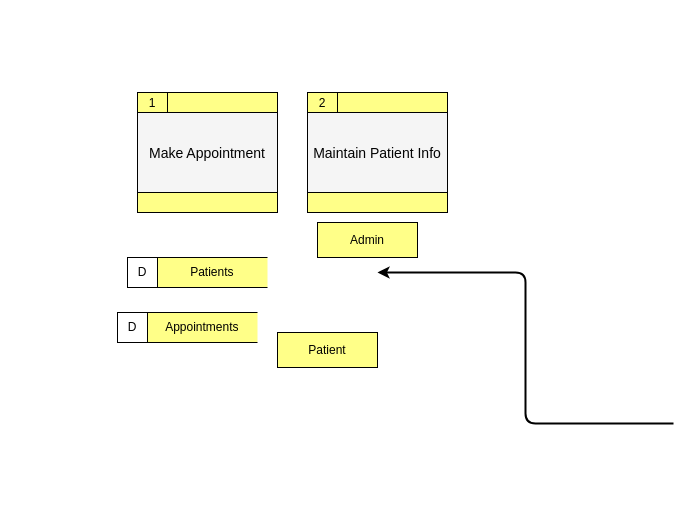
Santos0727/Appointment keeps this draw.io diagram as Untitled Diagram.drawio. Above is the earlier version. Source tidied: cells renumbered, new cells numbered last; positions are measured from the earlier drawing's top-left corner, leaving out a move shared by most shapes. Both pictures are drawn from the tidied source at 100%, with x=0, y=0 at pixel (117, 92).
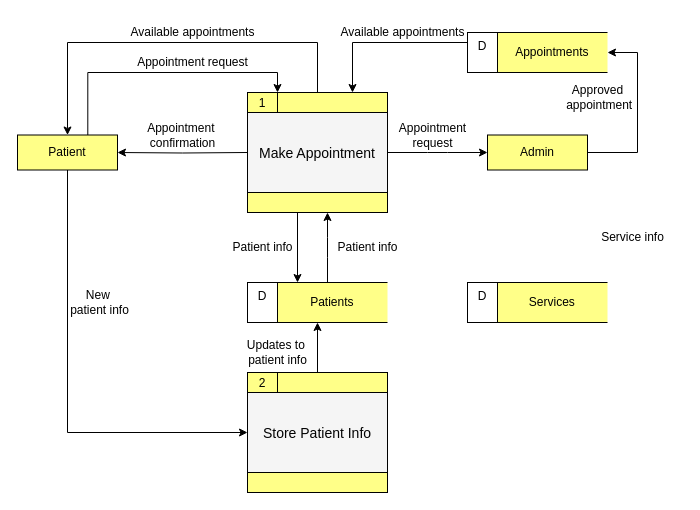
After the change.

The change refers to these unchanged cells:
```xml
<mxCell id="6" style="group;strokeColor=default;" parent="5" vertex="1">
  <mxGeometry width="140" height="120" as="geometry" />
</mxCell>
<mxCell id="9" style="rounded=0;whiteSpace=wrap;html=1;fillColor=#ffff88;strokeColor=#000000;" parent="6" vertex="1">
  <mxGeometry width="140" height="20" as="geometry" />
</mxCell>
<mxCell id="15" style="group;strokeColor=default;" parent="14" vertex="1">
  <mxGeometry width="140" height="120" as="geometry" />
</mxCell>
<mxCell id="18" style="rounded=0;whiteSpace=wrap;html=1;fillColor=#ffff88;strokeColor=#000000;" parent="15" vertex="1">
  <mxGeometry width="140" height="20" as="geometry" />
</mxCell>
```

What changed in the source:
```diff
@@
+    <mxCell id="29" style="edgeStyle=orthogonalEdgeStyle;rounded=0;jettySize=auto;html=1;exitX=1;exitY=0.5;exitDx=0;exitDy=0;entryX=1;entryY=0.5;entryDx=0;entryDy=0;" parent="1" edge="1" source="2" target="27">
+      <mxGeometry relative="1" as="geometry">
+        <Array as="points">
+          <mxPoint x="520" y="60" />
+          <mxPoint x="520" y="-40" />
+        </Array>
+      </mxGeometry>
+    </mxCell>
     <mxCell id="2" value="Admin" style="whiteSpace=wrap;align=center;verticalAlign=middle;fontStyle=0;strokeWidth=1;fillColor=#ffff88;strokeColor=#000000;" parent="1" vertex="1">
-      <mxGeometry x="200" y="130" width="100" height="35" as="geometry" />
+      <mxGeometry x="370" y="42.5" width="100" height="35" as="geometry" />
     </mxCell>
-    <mxCell id="3" style="edgeStyle=elbowEdgeStyle;elbow=horizontal;strokeColor=default;strokeWidth=2;" parent="1" edge="1">
+    <mxCell id="3" style="edgeStyle=elbowEdgeStyle;elbow=horizontal;strokeColor=default;strokeWidth=1;entryX=0;entryY=0.5;entryDx=0;entryDy=0;fontColor=default;labelBackgroundColor=default;" parent="1" edge="1" target="2">
       <mxGeometry relative="1" as="geometry">
-        <mxPoint x="556" y="331" as="sourcePoint" />
-        <mxPoint x="260" y="180" as="targetPoint" />
+        <mxPoint x="270" y="60" as="sourcePoint" />
       </mxGeometry>
     </mxCell>
     <mxCell id="4" style="group;fontSize=14;" parent="1" vertex="1">
-      <mxGeometry x="20" width="140" height="120" as="geometry" />
+      <mxGeometry x="130" y="280" width="140" height="120" as="geometry" />
     </mxCell>
@@
-    <mxCell id="7" value="Make Appointment" style="group;verticalAlign=middle;fillColor=#f5f5f5;fontColor=#030303;strokeColor=#000000;fontSize=14;" parent="6" vertex="1">
+    <mxCell id="7" value="Store Patient Info" style="group;verticalAlign=middle;fillColor=#f5f5f5;fontColor=#030303;strokeColor=#000000;fontSize=14;" parent="6" vertex="1">
       <mxGeometry width="140" height="120" as="geometry" />
     </mxCell>
@@
-    <mxCell id="10" value="1" style="text;spacingTop=-5;align=center;verticalAlign=bottom;fontColor=default;" parent="6" vertex="1">
+    <mxCell id="10" value="2" style="text;spacingTop=-5;align=center;verticalAlign=bottom;fontColor=default;" parent="6" vertex="1">
       <mxGeometry width="30" height="20" as="geometry" />
     </mxCell>
@@
     <mxCell id="13" style="group;" parent="1" vertex="1">
-      <mxGeometry x="190" width="140" height="120" as="geometry" />
+      <mxGeometry x="130" width="140" height="120" as="geometry" />
     </mxCell>
@@
-    <mxCell id="16" value="Maintain Patient Info" style="group;verticalAlign=middle;fillColor=#f5f5f5;fontColor=#030303;strokeColor=#000000;fontSize=14;" parent="15" vertex="1">
+    <mxCell id="16" value="Make Appointment" style="group;verticalAlign=middle;fillColor=#f5f5f5;fontColor=#030303;strokeColor=#000000;fontSize=14;" parent="15" vertex="1">
       <mxGeometry width="140" height="120" as="geometry" />
     </mxCell>
@@
-    <mxCell id="19" value="2" style="text;spacingTop=-5;align=center;verticalAlign=bottom;fontColor=default;" parent="15" vertex="1">
+    <mxCell id="19" value="1" style="text;spacingTop=-5;align=center;verticalAlign=bottom;fontColor=default;" parent="15" vertex="1">
       <mxGeometry width="30" height="20" as="geometry" />
     </mxCell>
@@
+    <mxCell id="30" style="edgeStyle=orthogonalEdgeStyle;rounded=0;jettySize=auto;html=1;entryX=1;entryY=0.5;entryDx=0;entryDy=0;" parent="1" edge="1" target="22">
+      <mxGeometry relative="1" as="geometry">
+        <mxPoint x="130" y="60" as="sourcePoint" />
+      </mxGeometry>
+    </mxCell>
+    <mxCell id="31" style="edgeStyle=orthogonalEdgeStyle;rounded=0;jettySize=auto;html=1;exitX=0.703;exitY=0.027;exitDx=0;exitDy=0;entryX=0.5;entryY=0;entryDx=0;entryDy=0;exitPerimeter=0;" parent="1" edge="1" source="22">
+      <mxGeometry relative="1" as="geometry">
+        <mxPoint x="160" as="targetPoint" />
+        <Array as="points">
+          <mxPoint x="-30" y="-20" />
+          <mxPoint x="160" y="-20" />
+        </Array>
+      </mxGeometry>
+    </mxCell>
+    <mxCell id="32" style="edgeStyle=orthogonalEdgeStyle;rounded=0;jettySize=auto;html=1;exitX=0.5;exitY=1;exitDx=0;exitDy=0;" parent="1" edge="1" source="22">
+      <mxGeometry relative="1" as="geometry">
+        <mxPoint x="130" y="340" as="targetPoint" />
+        <Array as="points">
+          <mxPoint x="-50" y="340" />
+        </Array>
+      </mxGeometry>
+    </mxCell>
     <mxCell id="22" value="Patient" style="whiteSpace=wrap;align=center;verticalAlign=middle;fontStyle=0;strokeWidth=1;fillColor=#ffff88;strokeColor=#000000;" parent="1" vertex="1">
-      <mxGeometry x="160" y="240" width="100" height="35" as="geometry" />
+      <mxGeometry x="-100" y="42.5" width="100" height="35" as="geometry" />
     </mxCell>
     <mxCell id="23" style="group;" parent="1" vertex="1">
-      <mxGeometry x="10" y="165" width="140" height="30" as="geometry" />
+      <mxGeometry x="130" y="190" width="140" height="40" as="geometry" />
     </mxCell>
     <mxCell id="24" value="&lt;span style=&quot;white-space: pre;&quot;&gt;&#9;&lt;/span&gt;Patients" style="html=1;dashed=0;whiteSpace=wrap;shape=mxgraph.dfd.dataStoreID;align=center;spacingLeft=3;points=[[0,0],[0.5,0],[1,0],[0,0.5],[1,0.5],[0,1],[0.5,1],[1,1]];fillColor=#ffff88;strokeColor=#000000;" parent="23" vertex="1">
-      <mxGeometry width="140" height="30" as="geometry" />
+      <mxGeometry width="140" height="40" as="geometry" />
     </mxCell>
-    <mxCell id="25" value="D" style="rounded=0;whiteSpace=wrap;html=1;" parent="23" vertex="1">
-      <mxGeometry width="30" height="30" as="geometry" />
+    <mxCell id="25" value="D" style="rounded=0;whiteSpace=wrap;html=1;verticalAlign=top;" parent="23" vertex="1">
+      <mxGeometry width="30" height="40" as="geometry" />
     </mxCell>
     <mxCell id="26" style="group;" parent="1" vertex="1">
-      <mxGeometry y="220" width="140" height="30" as="geometry" />
+      <mxGeometry x="350" y="-60" width="140" height="40" as="geometry" />
     </mxCell>
     <mxCell id="27" value="&lt;span style=&quot;white-space: pre;&quot;&gt;&#9;&lt;/span&gt;Appointments" style="html=1;dashed=0;whiteSpace=wrap;shape=mxgraph.dfd.dataStoreID;align=center;spacingLeft=3;points=[[0,0],[0.5,0],[1,0],[0,0.5],[1,0.5],[0,1],[0.5,1],[1,1]];fillColor=#ffff88;strokeColor=#000000;" parent="26" vertex="1">
-      <mxGeometry width="140" height="30" as="geometry" />
+      <mxGeometry width="140" height="40" as="geometry" />
     </mxCell>
-    <mxCell id="28" value="D" style="rounded=0;whiteSpace=wrap;html=1;" parent="26" vertex="1">
-      <mxGeometry width="30" height="30" as="geometry" />
+    <mxCell id="28" value="D" style="rounded=0;whiteSpace=wrap;html=1;verticalAlign=top;" parent="26" vertex="1">
+      <mxGeometry width="30" height="40" as="geometry" />
     </mxCell>
+    <mxCell id="33" style="edgeStyle=orthogonalEdgeStyle;rounded=0;jettySize=auto;html=1;exitX=0;exitY=0.5;exitDx=0;exitDy=0;entryX=0.75;entryY=0;entryDx=0;entryDy=0;" parent="1" edge="1" source="28" target="18">
+      <mxGeometry relative="1" as="geometry">
+        <Array as="points">
+          <mxPoint x="350" y="-50" />
+          <mxPoint x="235" y="-50" />
+        </Array>
+      </mxGeometry>
+    </mxCell>
+    <mxCell id="34" style="edgeStyle=orthogonalEdgeStyle;rounded=0;jettySize=auto;html=1;exitX=0.5;exitY=0;exitDx=0;exitDy=0;entryX=0.5;entryY=0;entryDx=0;entryDy=0;" parent="1" edge="1" source="18" target="22">
+      <mxGeometry relative="1" as="geometry">
+        <Array as="points">
+          <mxPoint x="200" y="-50" />
+          <mxPoint x="-50" y="-50" />
+        </Array>
+      </mxGeometry>
+    </mxCell>
+    <mxCell id="35" value="Appointment&amp;nbsp;&lt;div&gt;&lt;span style=&quot;background-color: initial;&quot;&gt;confirmation&lt;/span&gt;&lt;/div&gt;" style="text;html=1;align=center;verticalAlign=middle;strokeColor=none;fillColor=none;" parent="1" vertex="1">
+      <mxGeometry x="20" y="23" width="90" height="40" as="geometry" />
+    </mxCell>
+    <mxCell id="36" value="Available appointments" style="text;html=1;align=center;verticalAlign=middle;strokeColor=none;fillColor=none;" parent="1" vertex="1">
+      <mxGeometry y="-75" width="150" height="30" as="geometry" />
+    </mxCell>
+    <mxCell id="37" value="Appointment request" style="text;html=1;align=center;verticalAlign=middle;strokeColor=none;fillColor=none;" parent="1" vertex="1">
+      <mxGeometry x="10" y="-45" width="130" height="30" as="geometry" />
+    </mxCell>
+    <mxCell id="38" value="Available&amp;nbsp;&lt;span style=&quot;background-color: initial;&quot;&gt;appointments&lt;/span&gt;" style="text;html=1;align=center;verticalAlign=middle;strokeColor=none;fillColor=none;" parent="1" vertex="1">
+      <mxGeometry x="210" y="-75" width="150" height="30" as="geometry" />
+    </mxCell>
+    <mxCell id="39" value="Approved&lt;div&gt;&amp;nbsp;appointment&lt;/div&gt;" style="text;html=1;align=center;verticalAlign=middle;strokeColor=none;fillColor=none;" parent="1" vertex="1">
+      <mxGeometry x="435" y="-15" width="90" height="40" as="geometry" />
+    </mxCell>
+    <mxCell id="40" value="Appointment&lt;div&gt;request&lt;/div&gt;" style="text;html=1;align=center;verticalAlign=middle;strokeColor=none;fillColor=none;" parent="1" vertex="1">
+      <mxGeometry x="270" y="23" width="90" height="40" as="geometry" />
+    </mxCell>
+    <mxCell id="41" value="New&amp;nbsp;&lt;div&gt;patient info&lt;/div&gt;" style="text;html=1;align=center;verticalAlign=middle;strokeColor=none;fillColor=none;" parent="1" vertex="1">
+      <mxGeometry x="-58" y="190" width="80" height="40" as="geometry" />
+    </mxCell>
+    <mxCell id="42" value="Updates to&amp;nbsp;&lt;div&gt;patient info&lt;/div&gt;" style="text;html=1;align=center;verticalAlign=middle;strokeColor=none;fillColor=none;" parent="1" vertex="1">
+      <mxGeometry x="120" y="240" width="80" height="40" as="geometry" />
+    </mxCell>
+    <mxCell id="43" value="&lt;div&gt;Patient info&lt;/div&gt;" style="text;html=1;align=center;verticalAlign=middle;strokeColor=none;fillColor=none;" parent="1" vertex="1">
+      <mxGeometry x="210" y="140" width="80" height="30" as="geometry" />
+    </mxCell>
+    <mxCell id="44" value="&lt;div&gt;Patient info&lt;/div&gt;" style="text;html=1;align=center;verticalAlign=middle;strokeColor=none;fillColor=none;" parent="1" vertex="1">
+      <mxGeometry x="105" y="140" width="80" height="30" as="geometry" />
+    </mxCell>
+    <mxCell id="45" style="edgeStyle=elbowEdgeStyle;elbow=horizontal;strokeColor=default;strokeWidth=1;fontColor=default;labelBackgroundColor=default;entryX=0.75;entryY=1;entryDx=0;entryDy=0;" parent="1" edge="1">
+      <mxGeometry relative="1" as="geometry">
+        <mxPoint x="210" y="190" as="sourcePoint" />
+        <mxPoint x="210" y="120" as="targetPoint" />
+      </mxGeometry>
+    </mxCell>
+    <mxCell id="46" style="group;" parent="1" vertex="1">
+      <mxGeometry x="350" y="190" width="140" height="40" as="geometry" />
+    </mxCell>
+    <mxCell id="47" value="&lt;span style=&quot;white-space: pre;&quot;&gt;&#9;&lt;/span&gt;Services" style="html=1;dashed=0;whiteSpace=wrap;shape=mxgraph.dfd.dataStoreID;align=center;spacingLeft=3;fillColor=#ffff88;strokeColor=#000000;" parent="46" vertex="1">
+      <mxGeometry width="140" height="40" as="geometry" />
+    </mxCell>
+    <mxCell id="48" value="D" style="rounded=0;whiteSpace=wrap;html=1;verticalAlign=top;" parent="46" vertex="1">
+      <mxGeometry width="30" height="40" as="geometry" />
+    </mxCell>
+    <mxCell id="49" style="edgeStyle=orthogonalEdgeStyle;rounded=0;orthogonalLoop=1;jettySize=auto;html=1;exitX=0.25;exitY=1;exitDx=0;exitDy=0;" parent="1" edge="1">
+      <mxGeometry relative="1" as="geometry">
+        <mxPoint x="180" y="120" as="sourcePoint" />
+        <mxPoint x="180" y="190" as="targetPoint" />
+      </mxGeometry>
+    </mxCell>
+    <mxCell id="50" style="edgeStyle=orthogonalEdgeStyle;rounded=0;jettySize=auto;html=1;entryX=0.5;entryY=1;entryDx=0;entryDy=0;exitX=0.5;exitY=0;exitDx=0;exitDy=0;" parent="1" edge="1" source="9" target="24">
+      <mxGeometry relative="1" as="geometry" />
+    </mxCell>
+    <mxCell id="51" value="&lt;div&gt;Service info&lt;/div&gt;" style="text;html=1;align=center;verticalAlign=middle;strokeColor=none;fillColor=none;" parent="1" vertex="1">
+      <mxGeometry x="470" y="130" width="90" height="30" as="geometry" />
+    </mxCell>
```
